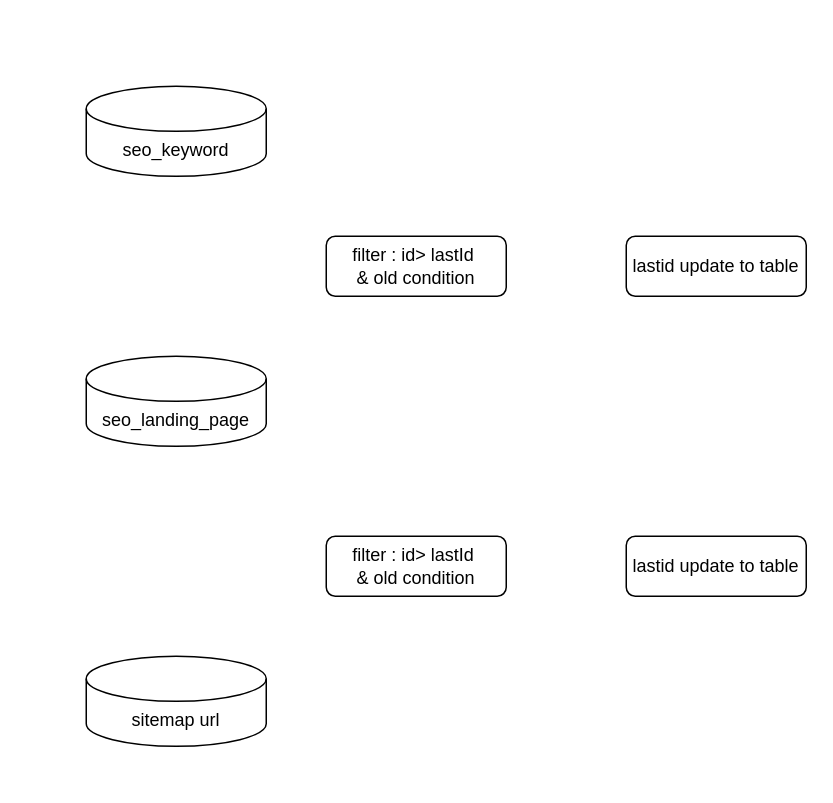
The draw.io diagram drawio/sitemap任务增量更新.drawio in VisableHarry/seo-drawio, before the edit. Source tidied: cells renumbered, new cells numbered last; positions are measured from the earlier drawing's top-left corner, leaving out a move shared by most shapes. Both pictures are drawn from the tidied source at 150%, with x=0, y=0 at pixel (86, 86).
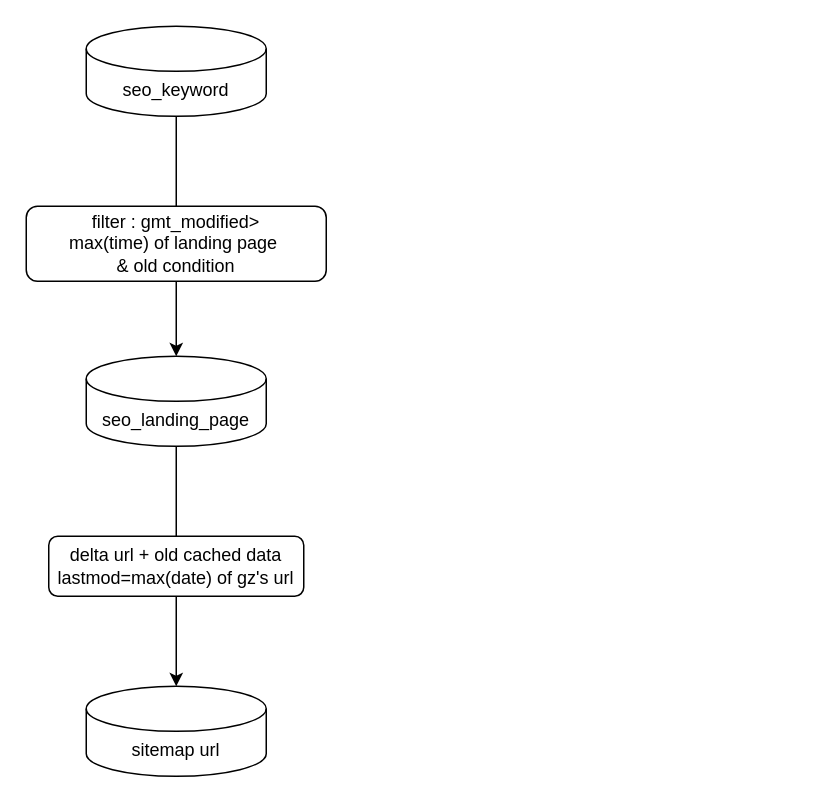
Above is the later version.

Commit message:
更新sitemap任务增量更新.drawio

Diff of the diagram source:
```diff
@@
 <mxGraphModel>
   <root>
     <mxCell id="0" />
     <mxCell id="1" parent="0" />
+    <mxCell id="4" value="seo_keyword" style="shape=cylinder3;whiteSpace=wrap;html=1;boundedLbl=1;backgroundOutline=1;size=15;" parent="1" vertex="1">
+      <mxGeometry y="-40" width="120" height="60" as="geometry" />
+    </mxCell>
+    <mxCell id="9" style="edgeStyle=orthogonalEdgeStyle;rounded=0;jettySize=auto;html=1;exitX=0.5;exitY=1;exitDx=0;exitDy=0;exitPerimeter=0;" parent="1" edge="1" source="5" target="6">
+      <mxGeometry relative="1" as="geometry" />
+    </mxCell>
+    <mxCell id="5" value="seo_landing_page" style="shape=cylinder3;whiteSpace=wrap;html=1;boundedLbl=1;backgroundOutline=1;size=15;" parent="1" vertex="1">
+      <mxGeometry y="180" width="120" height="60" as="geometry" />
+    </mxCell>
+    <mxCell id="6" value="sitemap url" style="shape=cylinder3;whiteSpace=wrap;html=1;boundedLbl=1;backgroundOutline=1;size=15;" parent="1" vertex="1">
+      <mxGeometry y="400" width="120" height="60" as="geometry" />
+    </mxCell>
+    <mxCell id="10" style="edgeStyle=orthogonalEdgeStyle;rounded=0;jettySize=auto;html=1;exitX=0.5;exitY=1;exitDx=0;exitDy=0;exitPerimeter=0;entryX=0.5;entryY=0;entryDx=0;entryDy=0;entryPerimeter=0;" parent="1" edge="1" source="4" target="5">
+      <mxGeometry relative="1" as="geometry" />
+    </mxCell>
-    <mxCell id="2" value="filter : id&amp;gt; lastId&amp;nbsp;&lt;br&gt;&lt;span style=&quot;background-color: initial;&quot;&gt;&amp;amp; old condition&lt;/span&gt;" style="rounded=1;whiteSpace=wrap;html=1;" parent="1" vertex="1">
-      <mxGeometry x="160" y="100" width="120" height="40" as="geometry" />
+    <mxCell id="2" value="filter : gmt_modified&amp;gt;&lt;div&gt;max(time) of landing page&amp;nbsp;&lt;br&gt;&lt;span style=&quot;background-color: initial;&quot;&gt;&amp;amp; old condition&lt;/span&gt;&lt;/div&gt;" style="rounded=1;whiteSpace=wrap;html=1;" parent="1" vertex="1">
+      <mxGeometry x="-40" y="80" width="200" height="50" as="geometry" />
     </mxCell>
-    <mxCell id="3" value="filter : id&amp;gt; lastId&amp;nbsp;&lt;div&gt;&amp;amp; old condition&lt;/div&gt;" style="rounded=1;whiteSpace=wrap;html=1;" parent="1" vertex="1">
-      <mxGeometry x="160" y="300" width="120" height="40" as="geometry" />
+    <mxCell id="3" value="delta url + old cached data&lt;div&gt;lastmod=max(date) of gz's url&lt;br&gt;&lt;/div&gt;" style="rounded=1;whiteSpace=wrap;html=1;" parent="1" vertex="1">
+      <mxGeometry x="-25" y="300" width="170" height="40" as="geometry" />
     </mxCell>
-    <mxCell id="4" value="seo_keyword" style="shape=cylinder3;whiteSpace=wrap;html=1;boundedLbl=1;backgroundOutline=1;size=15;" parent="1" vertex="1">
-      <mxGeometry width="120" height="60" as="geometry" />
-    </mxCell>
-    <mxCell id="5" value="seo_landing_page" style="shape=cylinder3;whiteSpace=wrap;html=1;boundedLbl=1;backgroundOutline=1;size=15;" parent="1" vertex="1">
-      <mxGeometry y="180" width="120" height="60" as="geometry" />
-    </mxCell>
-    <mxCell id="6" value="sitemap url" style="shape=cylinder3;whiteSpace=wrap;html=1;boundedLbl=1;backgroundOutline=1;size=15;" parent="1" vertex="1">
-      <mxGeometry y="380" width="120" height="60" as="geometry" />
-    </mxCell>
-    <mxCell id="7" value="lastid update to table" style="rounded=1;whiteSpace=wrap;html=1;" parent="1" vertex="1">
-      <mxGeometry x="360" y="100" width="120" height="40" as="geometry" />
-    </mxCell>
-    <mxCell id="8" value="lastid update to table" style="rounded=1;whiteSpace=wrap;html=1;" parent="1" vertex="1">
-      <mxGeometry x="360" y="300" width="120" height="40" as="geometry" />
-    </mxCell>
   </root>
 </mxGraphModel>
```
